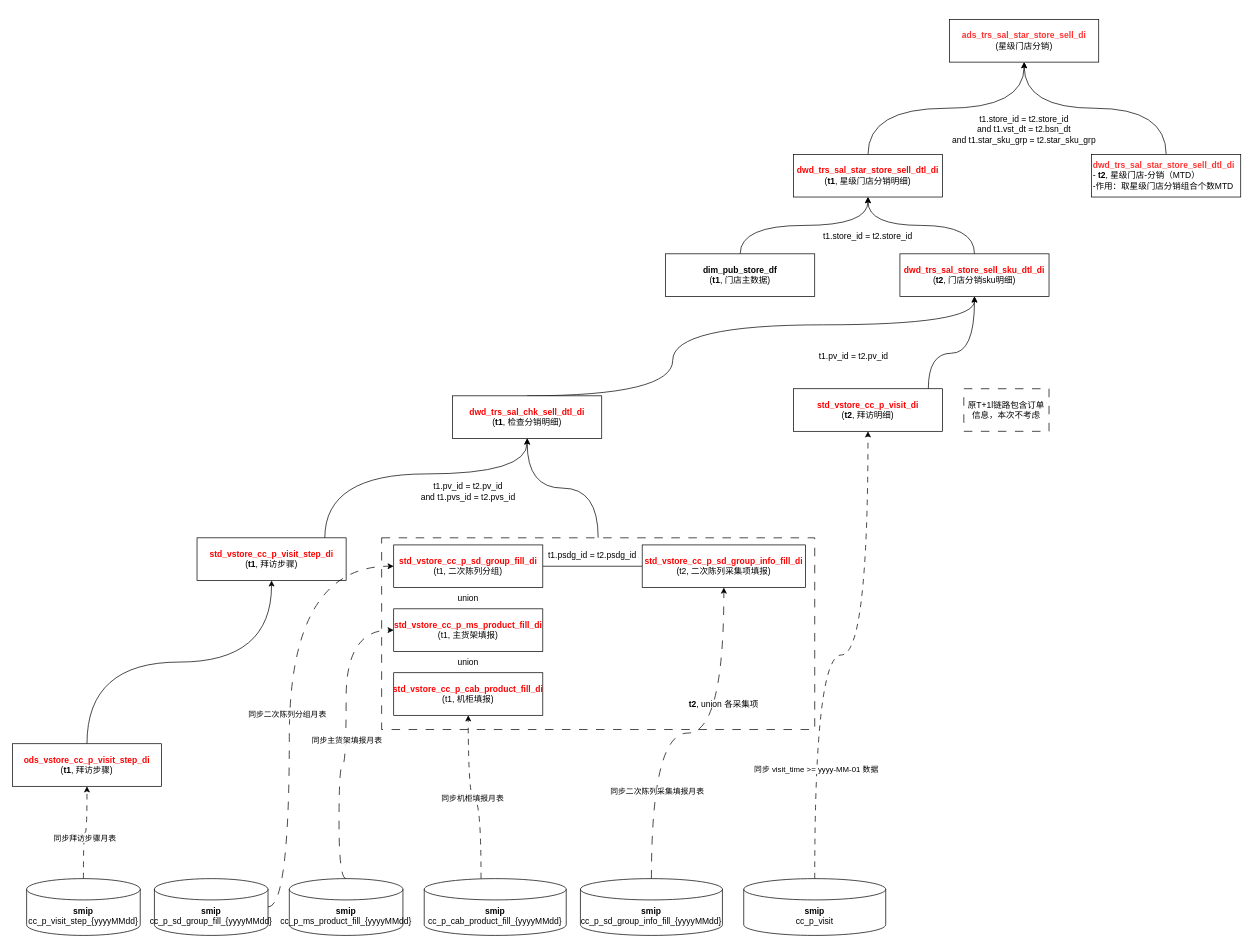
Above: star-store-di.drawio in fsJerryChan/fsJerryChan (draw.io), before the change. Source tidied: cells renumbered, new cells numbered last; positions are measured from the earlier drawing's top-left corner, leaving out a move shared by most shapes. Both pictures are drawn from the tidied source at 71%, with x=0, y=0 at pixel (12, 19).
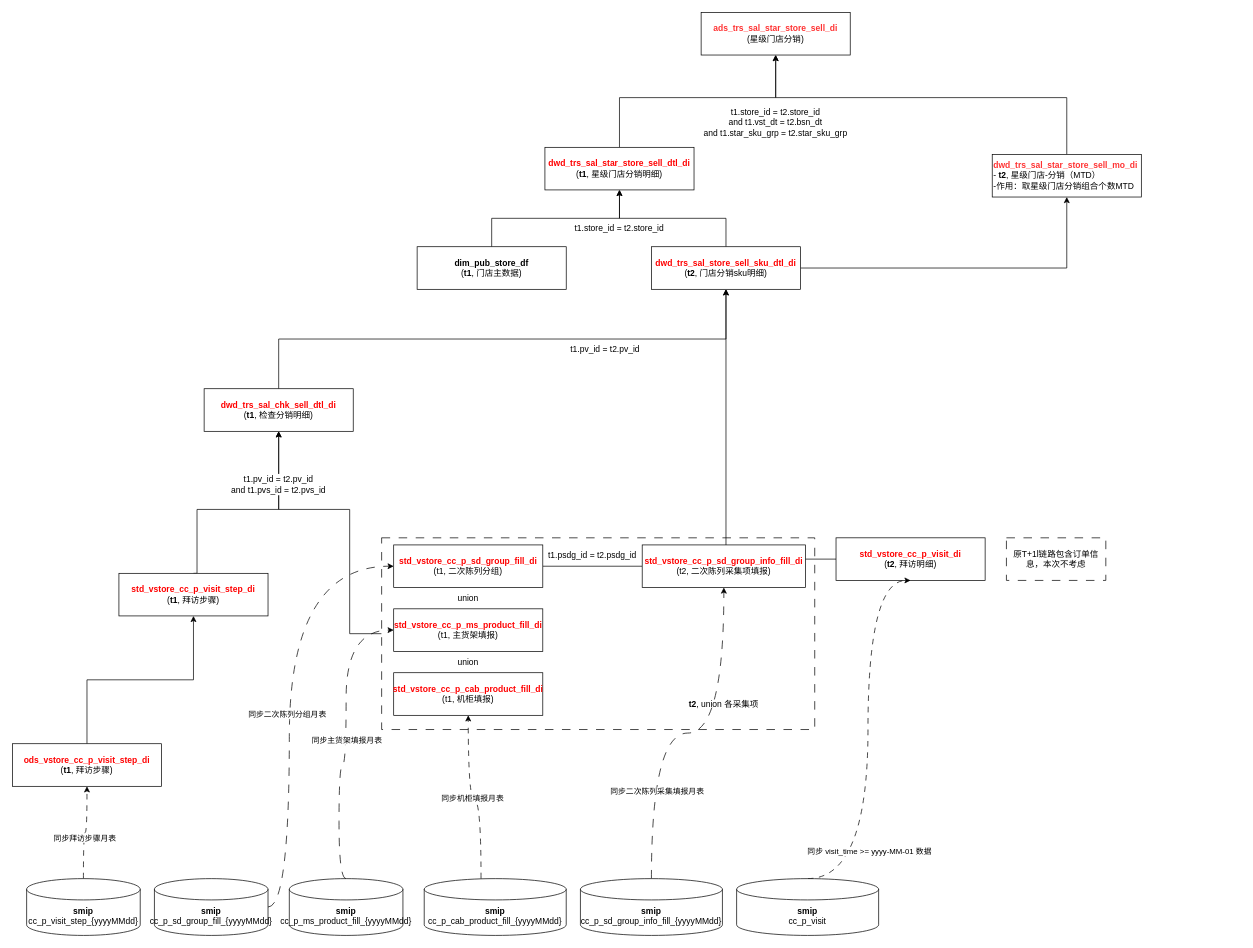
After the change.

Unchanged cells that the change refers to:
```xml
<mxCell id="3" style="rounded=0;whiteSpace=wrap;html=1;dashed=1;dashPattern=12 12;" parent="1" vertex="1">
  <mxGeometry x="520" y="730" width="610" height="270" as="geometry" />
</mxCell>
<mxCell id="34" value="&lt;font color=&quot;#ff0000&quot;&gt;&lt;b&gt;ods_vstore_cc_p_visit_step_di&lt;/b&gt;&lt;/font&gt;&lt;br&gt;(&lt;b&gt;t1&lt;/b&gt;, 拜访步骤)" style="rounded=0;whiteSpace=wrap;html=1;" parent="1" vertex="1">
  <mxGeometry y="1020" width="210" height="60" as="geometry" />
</mxCell>
```

What changed in the source:
```diff
@@
-    <mxCell id="2" style="edgeStyle=orthogonalEdgeStyle;rounded=0;jettySize=auto;html=1;entryX=0.5;entryY=1;entryDx=0;entryDy=0;curved=1;" parent="1" edge="1" source="3" target="16">
-      <mxGeometry relative="1" as="geometry" />
+    <mxCell id="2" style="edgeStyle=orthogonalEdgeStyle;rounded=0;jettySize=auto;html=1;entryX=0.5;entryY=1;entryDx=0;entryDy=0;" parent="1" edge="1" source="3" target="16">
+      <mxGeometry relative="1" as="geometry">
+        <Array as="points">
+          <mxPoint x="475" y="690" />
+          <mxPoint x="375" y="690" />
+        </Array>
+      </mxGeometry>
     </mxCell>
@@
     <mxCell id="4" value="&lt;b&gt;&lt;font color=&quot;#ff3333&quot;&gt;ads_trs_sal_star_store_sell_di&lt;/font&gt;&lt;/b&gt;&lt;br&gt;(星级门店分销)" style="rounded=0;whiteSpace=wrap;html=1;" parent="1" vertex="1">
-      <mxGeometry x="1320" width="210" height="60" as="geometry" />
+      <mxGeometry x="970" y="-10" width="210" height="60" as="geometry" />
     </mxCell>
-    <mxCell id="5" style="edgeStyle=orthogonalEdgeStyle;rounded=0;jettySize=auto;html=1;entryX=0.5;entryY=1;entryDx=0;entryDy=0;exitX=0.5;exitY=0;exitDx=0;exitDy=0;curved=1;" parent="1" edge="1" source="6" target="4">
-      <mxGeometry relative="1" as="geometry" />
+    <mxCell id="5" style="edgeStyle=orthogonalEdgeStyle;rounded=0;jettySize=auto;html=1;entryX=0.5;entryY=1;entryDx=0;entryDy=0;exitX=0.5;exitY=0;exitDx=0;exitDy=0;" parent="1" edge="1" source="6" target="4">
+      <mxGeometry relative="1" as="geometry">
+        <Array as="points">
+          <mxPoint x="855" y="110" />
+          <mxPoint x="1075" y="110" />
+        </Array>
+      </mxGeometry>
     </mxCell>
     <mxCell id="6" value="&lt;b&gt;&lt;font color=&quot;#ff0000&quot;&gt;dwd_trs_sal_star_store_sell_dtl_di&lt;/font&gt;&lt;/b&gt;&lt;br&gt;(&lt;b&gt;t1&lt;/b&gt;, 星级门店分销明细)" style="rounded=0;whiteSpace=wrap;html=1;" parent="1" vertex="1">
-      <mxGeometry x="1100" y="190" width="210" height="60" as="geometry" />
+      <mxGeometry x="750" y="180" width="210" height="60" as="geometry" />
     </mxCell>
-    <mxCell id="7" style="edgeStyle=orthogonalEdgeStyle;rounded=0;jettySize=auto;html=1;entryX=0.5;entryY=1;entryDx=0;entryDy=0;curved=1;" parent="1" edge="1" source="8" target="4">
-      <mxGeometry relative="1" as="geometry" />
+    <mxCell id="7" style="edgeStyle=orthogonalEdgeStyle;rounded=0;jettySize=auto;html=1;entryX=0.5;entryY=1;entryDx=0;entryDy=0;" parent="1" edge="1" source="8" target="4">
+      <mxGeometry relative="1" as="geometry">
+        <Array as="points">
+          <mxPoint x="1485" y="110" />
+          <mxPoint x="1075" y="110" />
+        </Array>
+      </mxGeometry>
     </mxCell>
-    <mxCell id="8" value="&lt;b&gt;&lt;font color=&quot;#ff3333&quot;&gt;dwd_trs_sal_star_store_sell_dtl_di&lt;/font&gt;&lt;/b&gt;&lt;br&gt;-&amp;nbsp;&lt;b&gt;t2&lt;/b&gt;, 星级门店-分销（MTD）&lt;br&gt;-作用：取星级门店分销组合个数MTD" style="rounded=0;whiteSpace=wrap;html=1;align=left;" parent="1" vertex="1">
-      <mxGeometry x="1520" y="190" width="210" height="60" as="geometry" />
+    <mxCell id="8" value="&lt;font color=&quot;#ff3333&quot;&gt;&lt;b&gt;dwd_trs_sal_star_store_sell_mo_di&lt;/b&gt;&lt;/font&gt;&lt;br&gt;-&amp;nbsp;&lt;b&gt;t2&lt;/b&gt;, 星级门店-分销（MTD）&lt;br&gt;-作用：取星级门店分销组合个数MTD" style="rounded=0;whiteSpace=wrap;html=1;align=left;" parent="1" vertex="1">
+      <mxGeometry x="1380" y="190" width="210" height="60" as="geometry" />
     </mxCell>
     <mxCell id="9" value="t1.store_id = t2.store_id&lt;br&gt;and t1.vst_dt = t2.bsn_dt&lt;br&gt;and t1.star_sku_grp = t2.star_sku_grp" style="text;strokeColor=none;align=center;fillColor=none;html=1;verticalAlign=middle;whiteSpace=wrap;rounded=0;" parent="1" vertex="1">
-      <mxGeometry x="1310" y="140" width="230" height="30" as="geometry" />
+      <mxGeometry x="960" y="130" width="230" height="30" as="geometry" />
     </mxCell>
-    <mxCell id="10" style="edgeStyle=orthogonalEdgeStyle;rounded=0;jettySize=auto;html=1;curved=1;" parent="1" edge="1" source="11" target="6">
+    <mxCell id="10" style="edgeStyle=orthogonalEdgeStyle;rounded=0;jettySize=auto;html=1;" parent="1" edge="1" source="11" target="6">
       <mxGeometry relative="1" as="geometry" />
     </mxCell>
     <mxCell id="11" value="&lt;b&gt;dim_pub_store_df&lt;/b&gt;&lt;br&gt;(&lt;b&gt;t1&lt;/b&gt;, 门店主数据)" style="rounded=0;whiteSpace=wrap;html=1;strokeColor=#000000;" parent="1" vertex="1">
-      <mxGeometry x="920" y="330" width="210" height="60" as="geometry" />
+      <mxGeometry x="570" y="320" width="210" height="60" as="geometry" />
     </mxCell>
-    <mxCell id="12" style="edgeStyle=orthogonalEdgeStyle;rounded=0;jettySize=auto;html=1;entryX=0.5;entryY=1;entryDx=0;entryDy=0;curved=1;" parent="1" edge="1" source="13" target="6">
+    <mxCell id="12" style="edgeStyle=orthogonalEdgeStyle;rounded=0;jettySize=auto;html=1;entryX=0.5;entryY=1;entryDx=0;entryDy=0;" parent="1" edge="1" source="13" target="6">
       <mxGeometry relative="1" as="geometry" />
     </mxCell>
+    <mxCell id="53" style="edgeStyle=orthogonalEdgeStyle;rounded=0;jettySize=auto;html=1;entryX=0.5;entryY=1;entryDx=0;entryDy=0;" parent="1" edge="1" source="13" target="8">
+      <mxGeometry relative="1" as="geometry" />
+    </mxCell>
     <mxCell id="13" value="&lt;font color=&quot;#ff0000&quot;&gt;&lt;b&gt;dwd_trs_sal_store_sell_sku_dtl_di&lt;/b&gt;&lt;/font&gt;&lt;br&gt;(&lt;b&gt;t2&lt;/b&gt;, 门店分销sku明细)" style="rounded=0;whiteSpace=wrap;html=1;" parent="1" vertex="1">
-      <mxGeometry x="1250" y="330" width="210" height="60" as="geometry" />
+      <mxGeometry x="900" y="320" width="210" height="60" as="geometry" />
     </mxCell>
     <mxCell id="14" value="t1.store_id = t2.store_id" style="text;strokeColor=none;align=center;fillColor=none;html=1;verticalAlign=middle;whiteSpace=wrap;rounded=0;" parent="1" vertex="1">
-      <mxGeometry x="1090" y="290" width="230" height="30" as="geometry" />
+      <mxGeometry x="740" y="280" width="230" height="30" as="geometry" />
     </mxCell>
-    <mxCell id="15" style="edgeStyle=orthogonalEdgeStyle;rounded=0;jettySize=auto;html=1;entryX=0.5;entryY=1;entryDx=0;entryDy=0;curved=1;exitX=0.5;exitY=0;exitDx=0;exitDy=0;" parent="1" edge="1" source="16" target="13">
-      <mxGeometry relative="1" as="geometry">
-        <Array as="points">
-          <mxPoint x="930" y="530" />
-          <mxPoint x="930" y="430" />
-          <mxPoint x="1355" y="430" />
-        </Array>
-      </mxGeometry>
+    <mxCell id="15" style="edgeStyle=orthogonalEdgeStyle;rounded=0;jettySize=auto;html=1;entryX=0.5;entryY=1;entryDx=0;entryDy=0;exitX=0.5;exitY=0;exitDx=0;exitDy=0;" parent="1" edge="1" source="16" target="13">
+      <mxGeometry relative="1" as="geometry" />
     </mxCell>
     <mxCell id="16" value="&lt;b&gt;&lt;font color=&quot;#ff0000&quot;&gt;dwd_trs_sal_chk_sell_dtl_di&lt;/font&gt;&lt;/b&gt;&lt;br&gt;(&lt;b&gt;t1&lt;/b&gt;, 检查分销明细)" style="rounded=0;whiteSpace=wrap;html=1;" parent="1" vertex="1">
-      <mxGeometry x="620" y="530" width="210" height="60" as="geometry" />
+      <mxGeometry x="270" y="520" width="210" height="60" as="geometry" />
     </mxCell>
-    <mxCell id="17" style="edgeStyle=orthogonalEdgeStyle;rounded=0;jettySize=auto;html=1;entryX=0.5;entryY=1;entryDx=0;entryDy=0;curved=1;" parent="1" edge="1" source="18" target="13">
-      <mxGeometry relative="1" as="geometry">
-        <Array as="points">
-          <mxPoint x="1290" y="470" />
-          <mxPoint x="1355" y="470" />
-        </Array>
-      </mxGeometry>
+    <mxCell id="17" style="edgeStyle=orthogonalEdgeStyle;rounded=0;jettySize=auto;html=1;entryX=0.5;entryY=1;entryDx=0;entryDy=0;" parent="1" edge="1" source="18" target="13">
+      <mxGeometry relative="1" as="geometry" />
     </mxCell>
     <mxCell id="18" value="&lt;font color=&quot;#ff0000&quot;&gt;&lt;b&gt;std_vstore_cc_p_visit_di&lt;/b&gt;&lt;/font&gt;&lt;br&gt;(&lt;b&gt;t2&lt;/b&gt;, 拜访明细)" style="rounded=0;whiteSpace=wrap;html=1;" parent="1" vertex="1">
-      <mxGeometry x="1100" y="520" width="210" height="60" as="geometry" />
+      <mxGeometry x="1160" y="730" width="210" height="60" as="geometry" />
     </mxCell>
     <mxCell id="19" value="t1.pv_id = t2.pv_id" style="text;strokeColor=none;align=center;fillColor=none;html=1;verticalAlign=middle;whiteSpace=wrap;rounded=0;" parent="1" vertex="1">
-      <mxGeometry x="1070" y="460" width="230" height="30" as="geometry" />
+      <mxGeometry x="720" y="450" width="230" height="30" as="geometry" />
     </mxCell>
     <mxCell id="20" value="原T+1l链路包含订单信息，本次不考虑" style="rounded=0;whiteSpace=wrap;html=1;dashed=1;dashPattern=12 12;" parent="1" vertex="1">
-      <mxGeometry x="1340" y="520" width="120" height="60" as="geometry" />
+      <mxGeometry x="1400" y="730" width="140" height="60" as="geometry" />
     </mxCell>
-    <mxCell id="21" style="edgeStyle=orthogonalEdgeStyle;rounded=0;jettySize=auto;html=1;entryX=0.5;entryY=1;entryDx=0;entryDy=0;curved=1;" parent="1" edge="1" source="22" target="16">
+    <mxCell id="21" style="edgeStyle=orthogonalEdgeStyle;rounded=0;jettySize=auto;html=1;entryX=0.5;entryY=1;entryDx=0;entryDy=0;exitX=0.5;exitY=0;exitDx=0;exitDy=0;" parent="1" edge="1" source="22" target="16">
       <mxGeometry relative="1" as="geometry">
         <Array as="points">
-          <mxPoint x="440" y="640" />
-          <mxPoint x="725" y="640" />
+          <mxPoint x="260" y="780" />
+          <mxPoint x="260" y="690" />
+          <mxPoint x="375" y="690" />
         </Array>
       </mxGeometry>
     </mxCell>
     <mxCell id="22" value="&lt;font color=&quot;#ff0000&quot;&gt;&lt;b&gt;std_vstore_cc_p_visit_step_di&lt;/b&gt;&lt;/font&gt;&lt;br&gt;(&lt;b&gt;t1&lt;/b&gt;, 拜访步骤)" style="rounded=0;whiteSpace=wrap;html=1;" parent="1" vertex="1">
-      <mxGeometry x="260" y="730" width="210" height="60" as="geometry" />
+      <mxGeometry x="150" y="780" width="210" height="60" as="geometry" />
     </mxCell>
@@
-    <mxCell id="31" value="t1.pv_id = t2.pv_id&lt;div&gt;and t1.pvs_id = t2.pvs_id&lt;/div&gt;" style="text;strokeColor=none;align=center;fillColor=none;html=1;verticalAlign=middle;whiteSpace=wrap;rounded=0;" parent="1" vertex="1">
-      <mxGeometry x="527" y="650" width="230" height="30" as="geometry" />
+    <mxCell id="31" value="t1.pv_id = t2.pv_id&lt;div&gt;and t1.pvs_id = t2.pvs_id&lt;/div&gt;" style="text;strokeColor=none;align=center;fillColor=default;html=1;verticalAlign=middle;whiteSpace=wrap;rounded=0;" parent="1" vertex="1">
+      <mxGeometry x="260" y="640" width="230" height="30" as="geometry" />
     </mxCell>
@@
-    <mxCell id="33" style="edgeStyle=orthogonalEdgeStyle;rounded=0;jettySize=auto;html=1;entryX=0.5;entryY=1;entryDx=0;entryDy=0;exitX=0.5;exitY=0;exitDx=0;exitDy=0;curved=1;" parent="1" edge="1" source="34" target="22">
+    <mxCell id="33" style="edgeStyle=orthogonalEdgeStyle;rounded=0;jettySize=auto;html=1;entryX=0.5;entryY=1;entryDx=0;entryDy=0;exitX=0.5;exitY=0;exitDx=0;exitDy=0;" parent="1" edge="1" source="34" target="22">
       <mxGeometry relative="1" as="geometry" />
     </mxCell>
@@
-    <mxCell id="50" style="edgeStyle=orthogonalEdgeStyle;rounded=0;jettySize=auto;html=1;entryX=0.5;entryY=1;entryDx=0;entryDy=0;curved=1;dashed=1;dashPattern=8 8;" parent="1" edge="1" source="52" target="18">
-      <mxGeometry relative="1" as="geometry" />
+    <mxCell id="50" style="edgeStyle=orthogonalEdgeStyle;rounded=0;jettySize=auto;html=1;entryX=0.5;entryY=1;entryDx=0;entryDy=0;curved=1;dashed=1;dashPattern=8 8;exitX=0.5;exitY=0;exitDx=0;exitDy=0;exitPerimeter=0;" parent="1" edge="1" source="52" target="18">
+      <mxGeometry relative="1" as="geometry">
+        <Array as="points">
+          <mxPoint x="1205" y="1210" />
+          <mxPoint x="1205" y="790" />
+        </Array>
+      </mxGeometry>
     </mxCell>
@@
     <mxCell id="52" value="&lt;b&gt;smip&lt;/b&gt;&lt;div&gt;cc_p_visit&lt;/div&gt;" style="shape=cylinder3;whiteSpace=wrap;html=1;boundedLbl=1;backgroundOutline=1;size=15;" parent="1" vertex="1">
-      <mxGeometry x="1030" y="1210" width="200" height="80" as="geometry" />
+      <mxGeometry x="1020" y="1210" width="200" height="80" as="geometry" />
     </mxCell>
```
